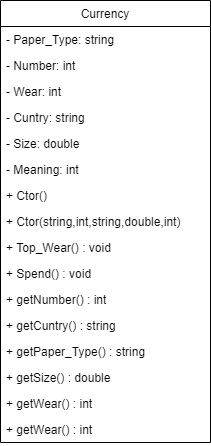
Earlier version of the draw.io export Untitled Diagram.drawio.png (InkaShev7777/UML). Source tidied: cells renumbered, new cells last; positions are measured from the earlier drawing's top-left corner, leaving out a move shared by most shapes.
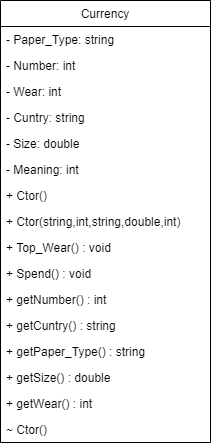
The same diagram one commit later.

Diff of the diagram source:
```diff
@@ -50,7 +50,7 @@
     <mxCell id="17" value="+ getWear() : int" style="text;strokeColor=none;fillColor=none;align=left;verticalAlign=top;spacingLeft=4;spacingRight=4;overflow=hidden;" parent="2" vertex="1">
       <mxGeometry y="390" width="210" height="26" as="geometry" />
     </mxCell>
-    <mxCell id="18" value="+ getWear() : int" style="text;strokeColor=none;fillColor=none;align=left;verticalAlign=top;spacingLeft=4;spacingRight=4;overflow=hidden;" parent="2" vertex="1">
+    <mxCell id="18" value="~ Ctor()" style="text;strokeColor=none;fillColor=none;align=left;verticalAlign=top;spacingLeft=4;spacingRight=4;overflow=hidden;" parent="2" vertex="1">
       <mxGeometry y="416" width="210" height="26" as="geometry" />
     </mxCell>
   </root>
```
